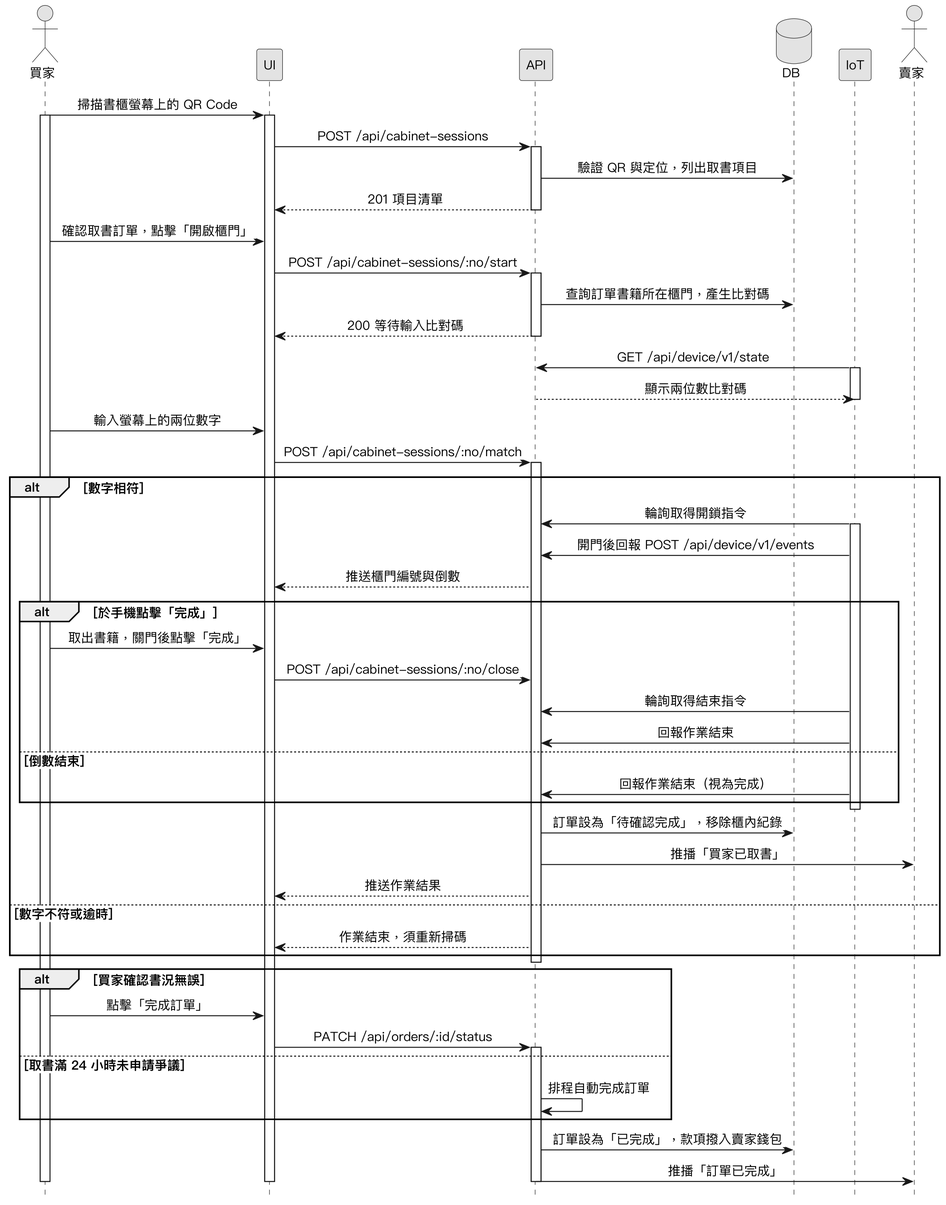
Above: Diagrams/Sequence Diagrams/v3/seq_pickup.png in SaveMyBook/SaveMyBook (PlantUML), before the change.
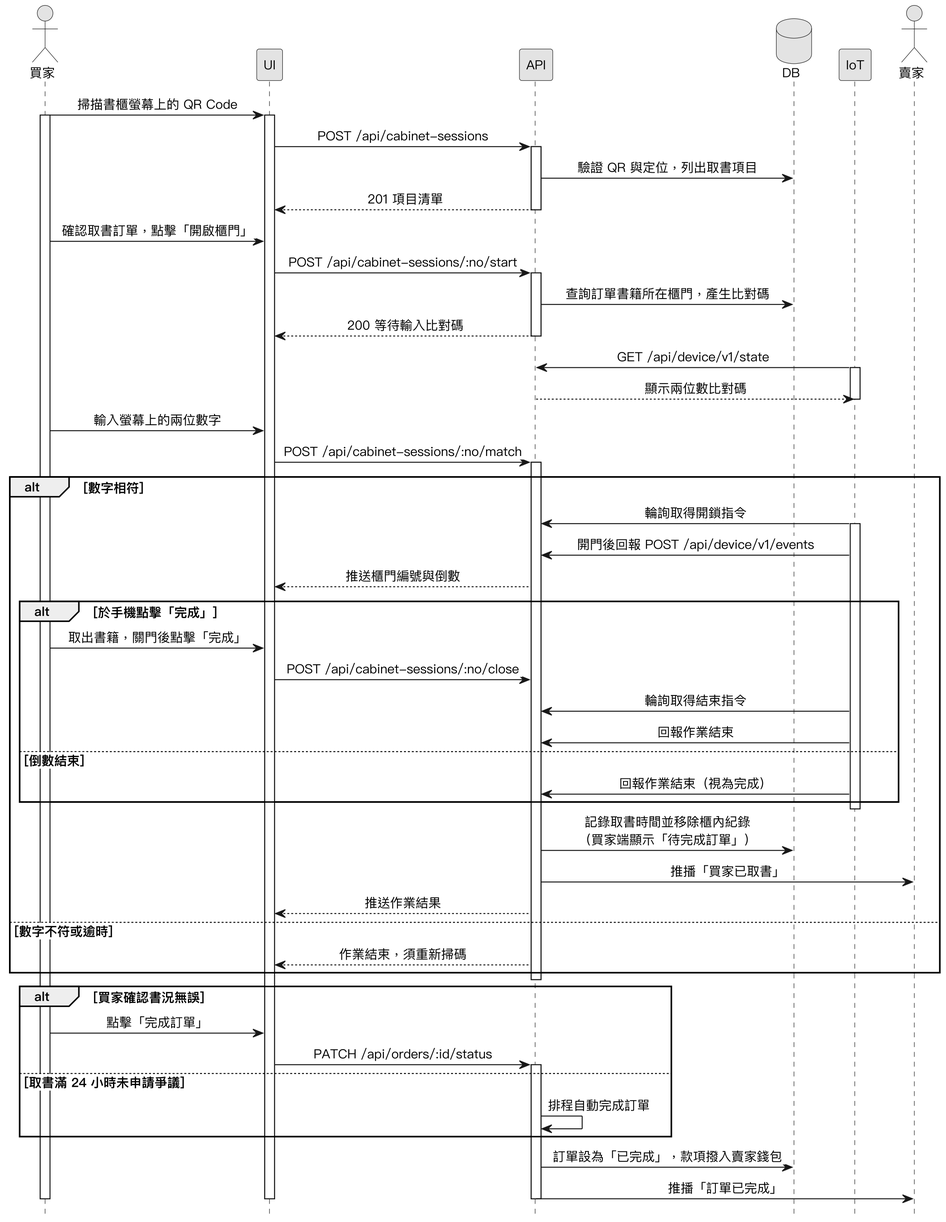
Later version of the same file.

Change to the diagram source:
```diff
@@ -50,7 +50,7 @@
     IoT -> API : 回報作業結束（視為完成）
   end
   deactivate IoT
-  API -> DB : 訂單設為「待確認完成」，移除櫃內紀錄
+  API -> DB : 記錄取書時間並移除櫃內紀錄\n（買家端顯示「待完成訂單」）
   API -> 賣家 : 推播「買家已取書」
   API --> UI : 推送作業結果
 else 數字不符或逾時
```
